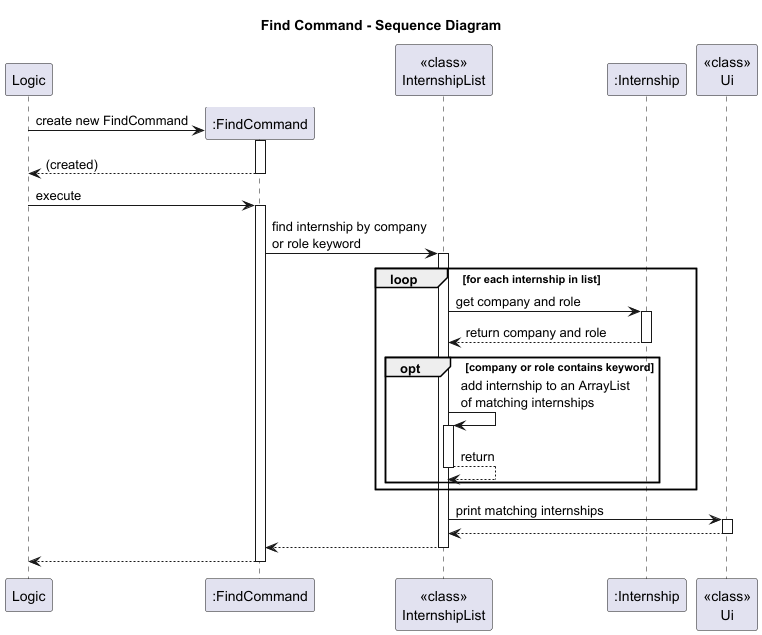
The PlantUML diagram docs/diagrams/FindCommandSD.png in AY2526S1-CS2113-W14-4/tp, before a commit.
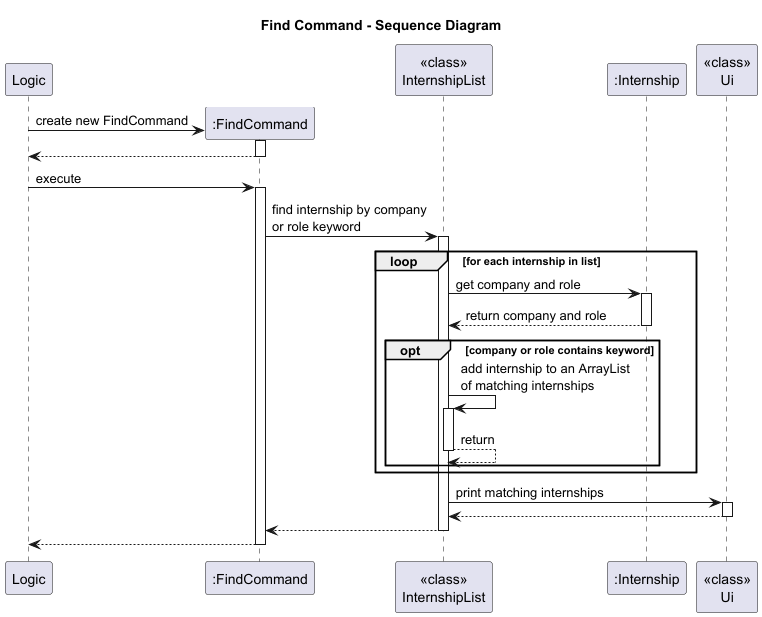
The same file after the commit.

The edit, as a diff of the source:
```diff
@@ -9,7 +9,7 @@
 
 Logic -> FC**: create new FindCommand
 activate FC
-return (created)
+return
 
 Logic -> FC: execute
 activate FC
```
